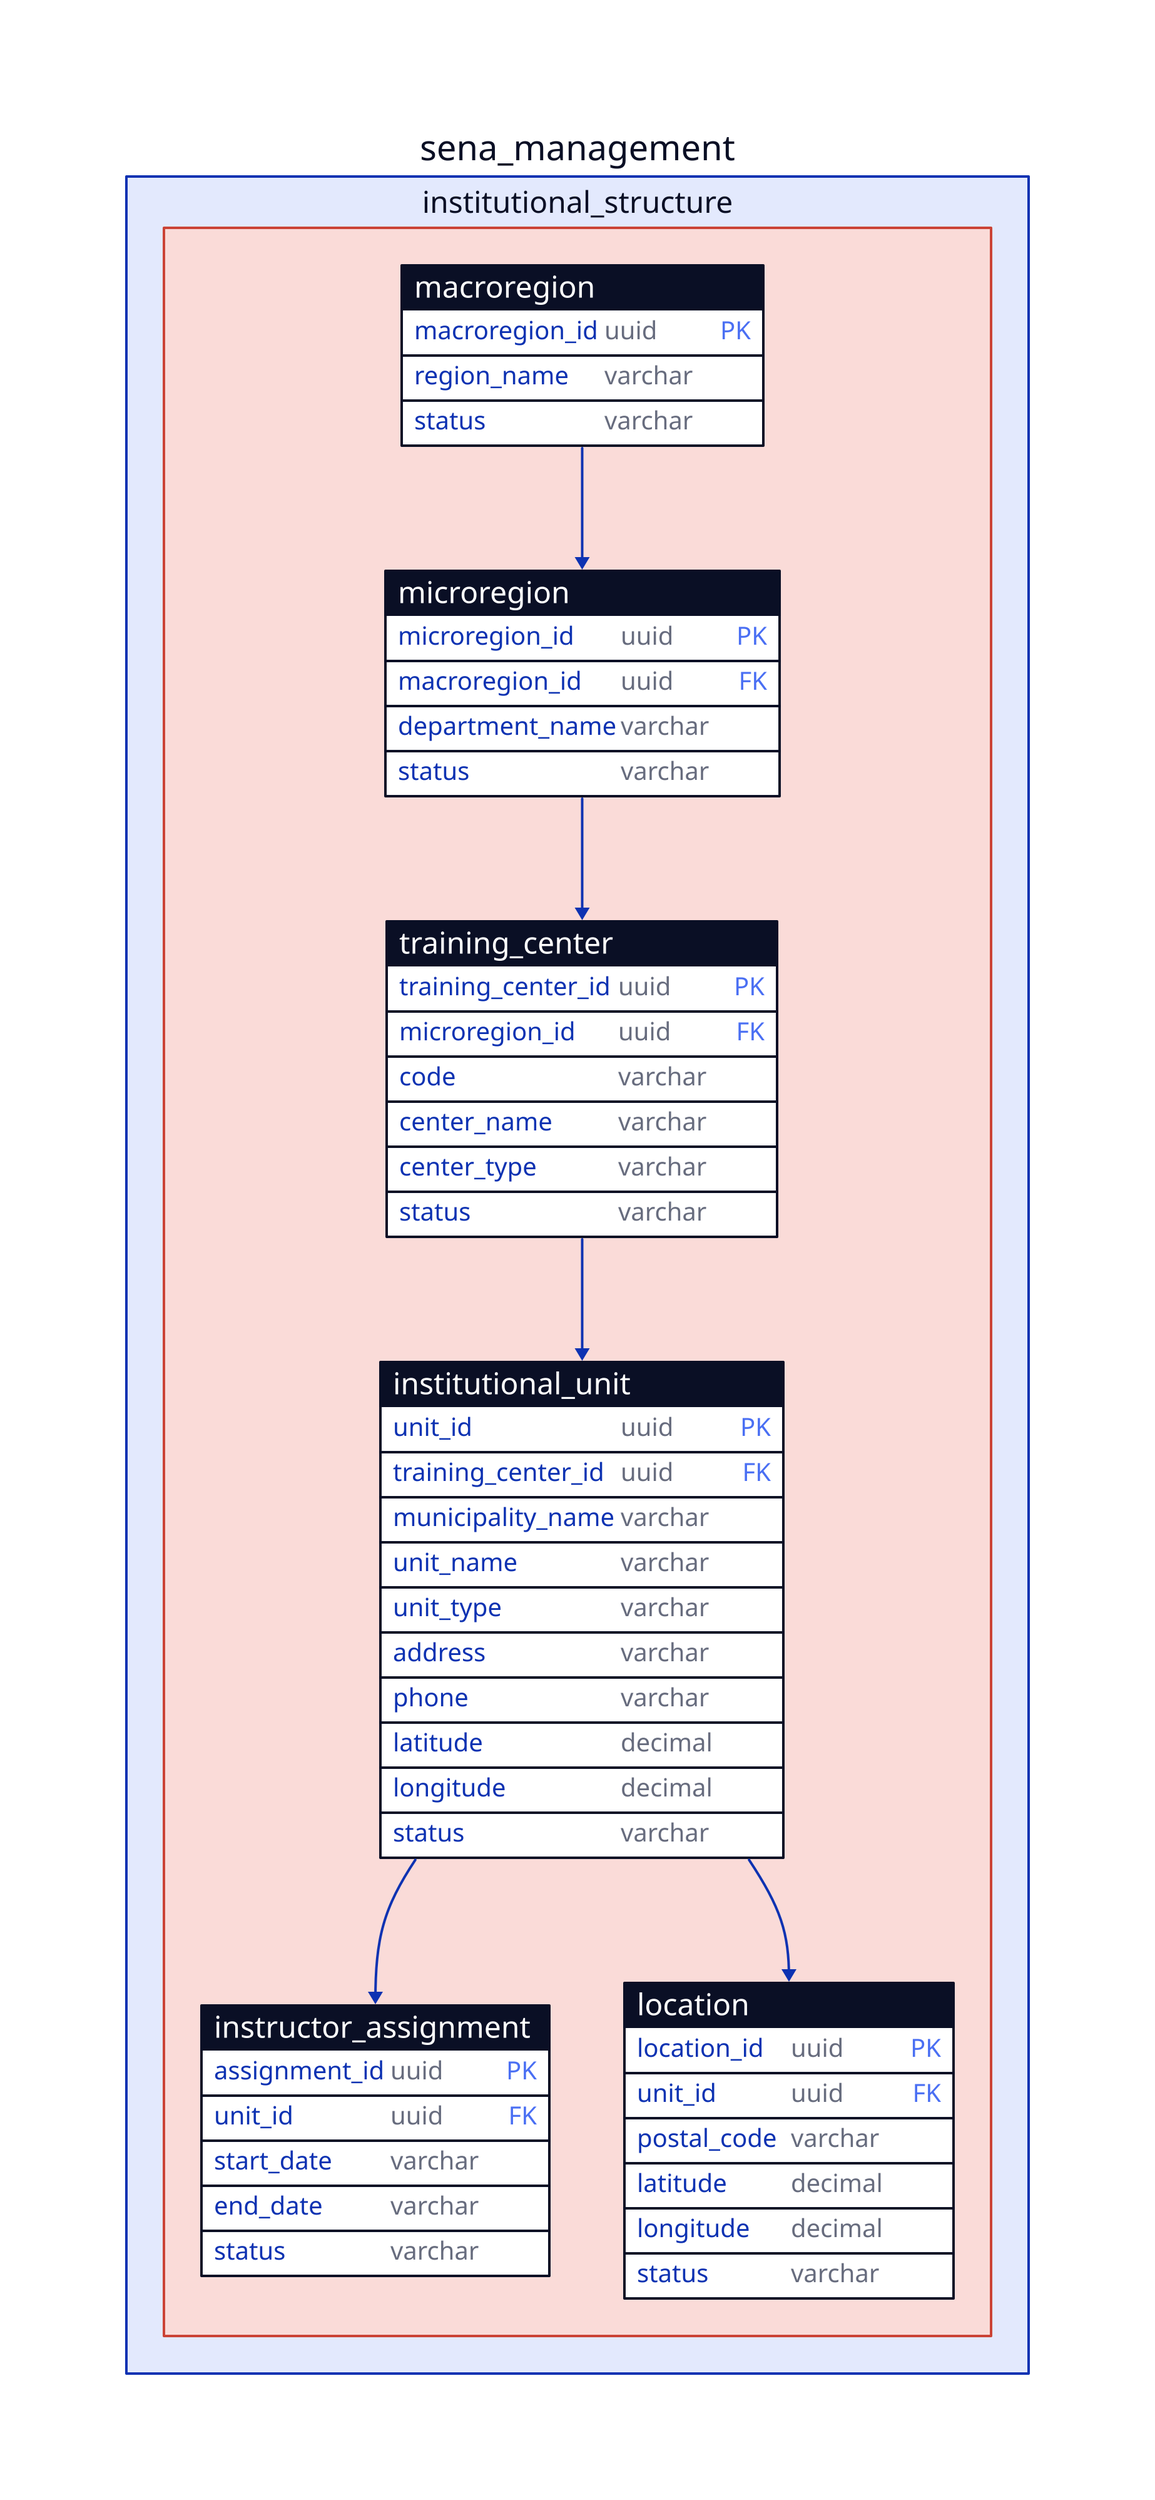
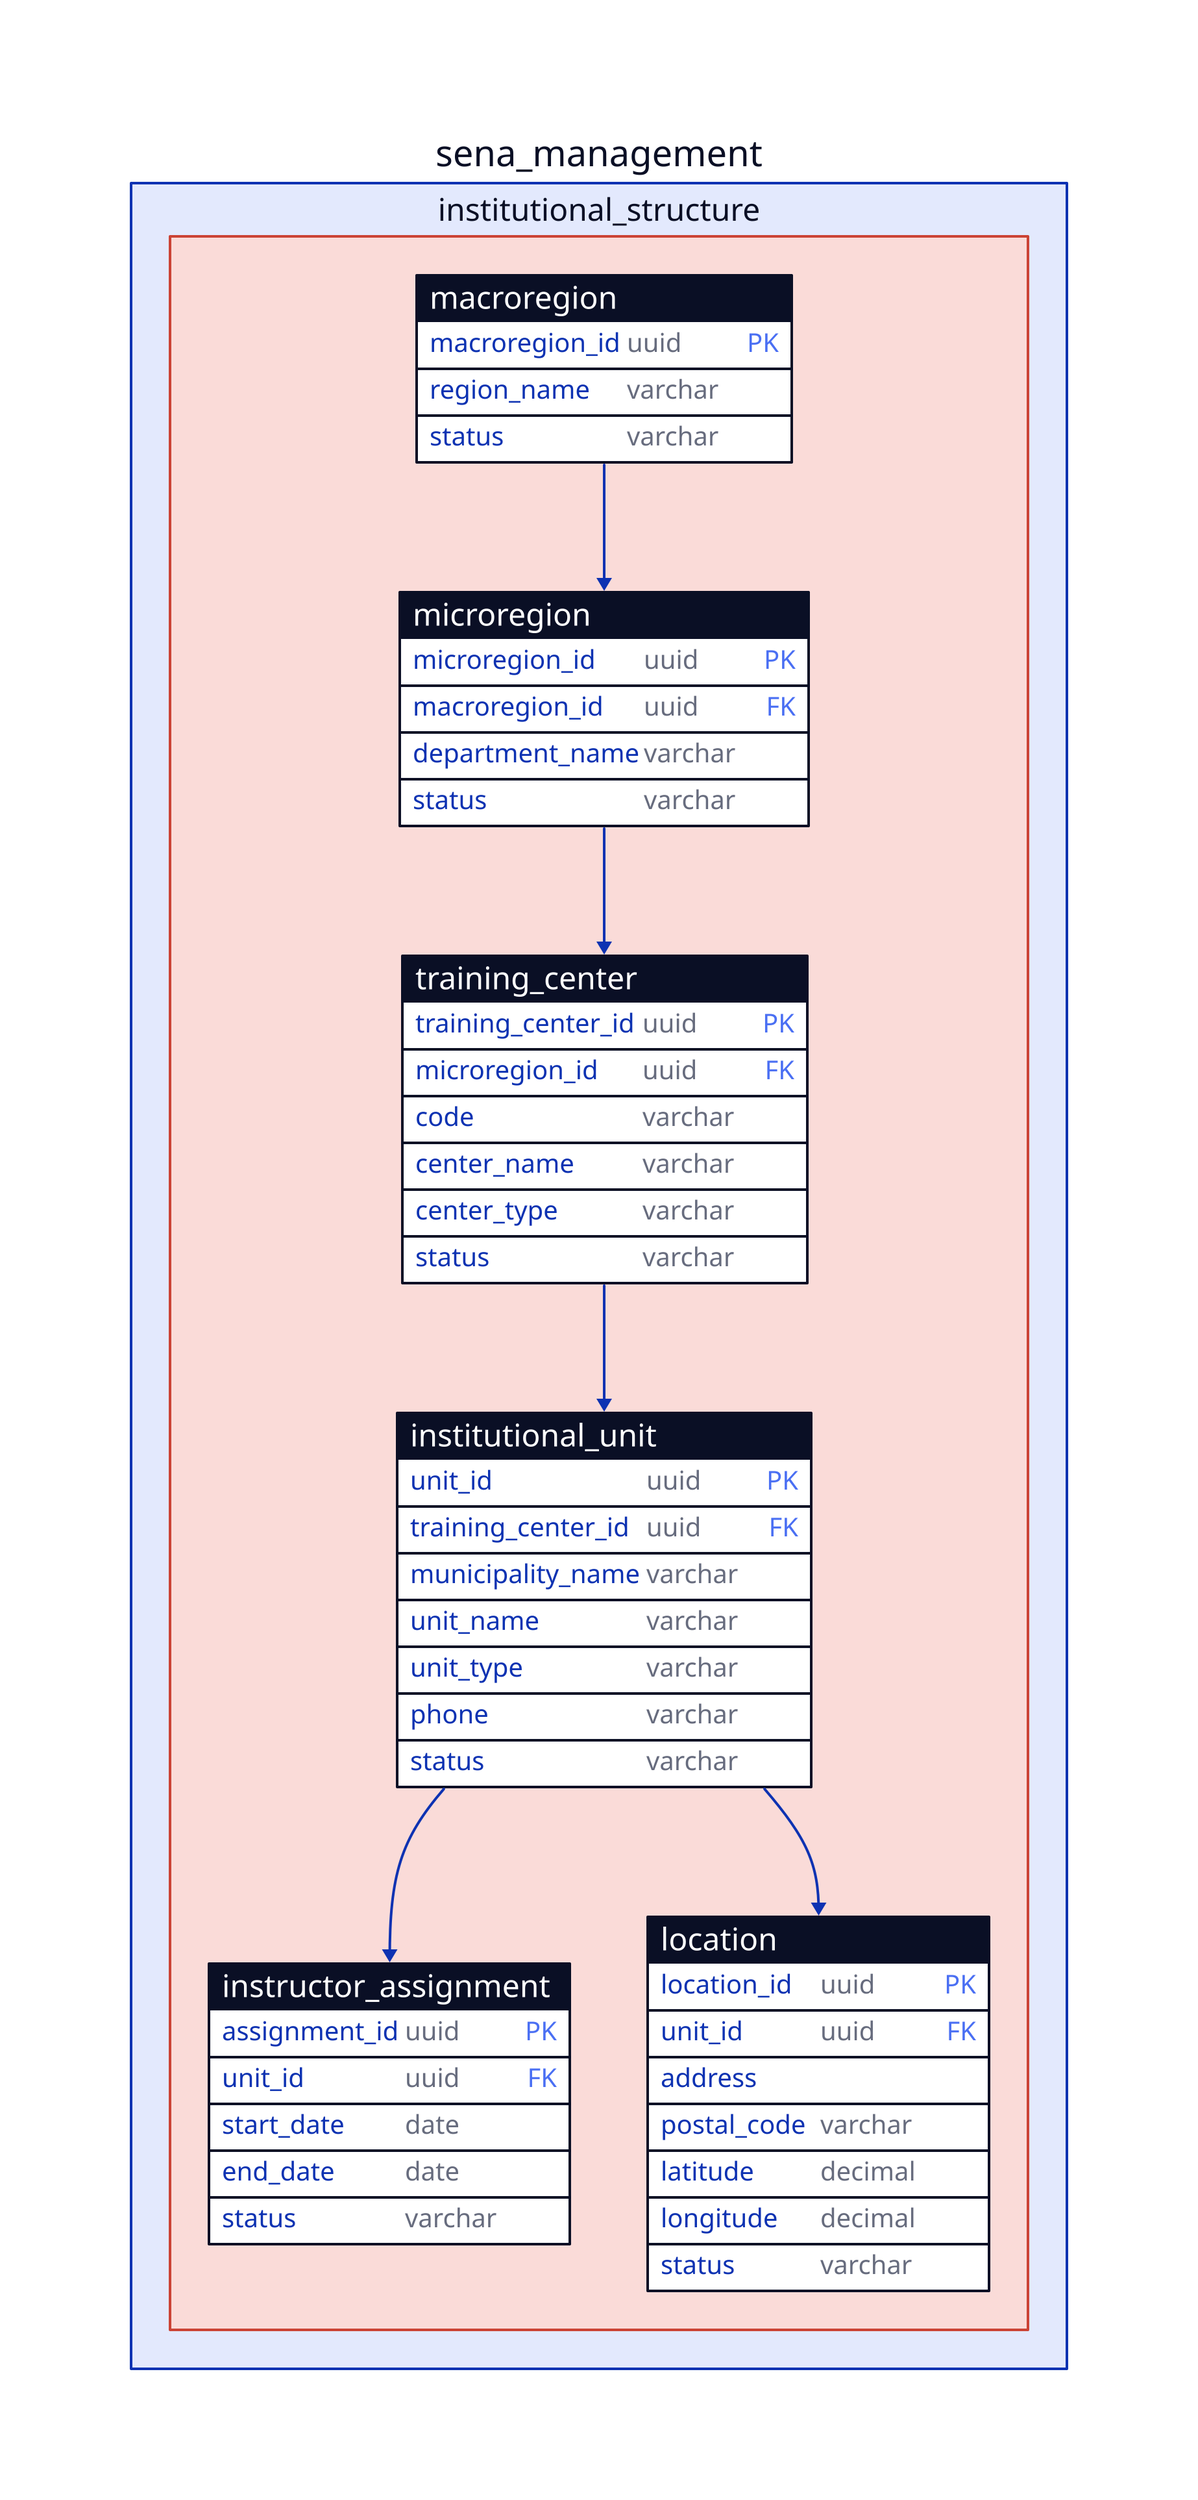
sena_management: {
  institutional_structure: {
    style.fill: "#FADBD8"
    style.stroke: "#CB4335"

    macroregion: {
      shape: sql_table

      macroregion_id: uuid {constraint: primary_key}
      region_name: varchar
      status: varchar
    }

    microregion: {
      shape: sql_table

      microregion_id: uuid {constraint: primary_key}
      macroregion_id: uuid {constraint: foreign_key}
      department_name: varchar
      status: varchar
    }

    training_center: {
      shape: sql_table

      training_center_id: uuid {constraint: primary_key}
      microregion_id: uuid {constraint: foreign_key}
      code: varchar
      center_name: varchar
      center_type: varchar
      status: varchar
    }

    institutional_unit: {
      shape: sql_table

      unit_id: uuid {constraint: primary_key}
      training_center_id: uuid {constraint: foreign_key}
      municipality_name: varchar
      unit_name: varchar
      unit_type: varchar
-       address: varchar
      phone: varchar
-       latitude: decimal
-       longitude: decimal
      status: varchar
    }

    instructor_assignment: {
      shape: sql_table

      assignment_id: uuid {constraint: primary_key}
      unit_id: uuid {constraint: foreign_key}
-       start_date: varchar
-       end_date: varchar
+       start_date: date
+       end_date: date
      status: varchar
    }

    location: {
      shape: sql_table

      location_id: uuid {constraint: primary_key}
      unit_id: uuid {constraint: foreign_key}
+       address
      postal_code: varchar
      latitude: decimal
      longitude: decimal
      status: varchar
    }
  }

  institutional_structure.macroregion.macroregion_id -> institutional_structure.microregion.macroregion_id

  institutional_structure.microregion.microregion_id -> institutional_structure.training_center.microregion_id

  institutional_structure.training_center.training_center_id -> institutional_structure.institutional_unit.training_center_id

  institutional_structure.institutional_unit.unit_id -> institutional_structure.instructor_assignment.unit_id

  institutional_structure.institutional_unit.unit_id -> institutional_structure.location.unit_id
}
